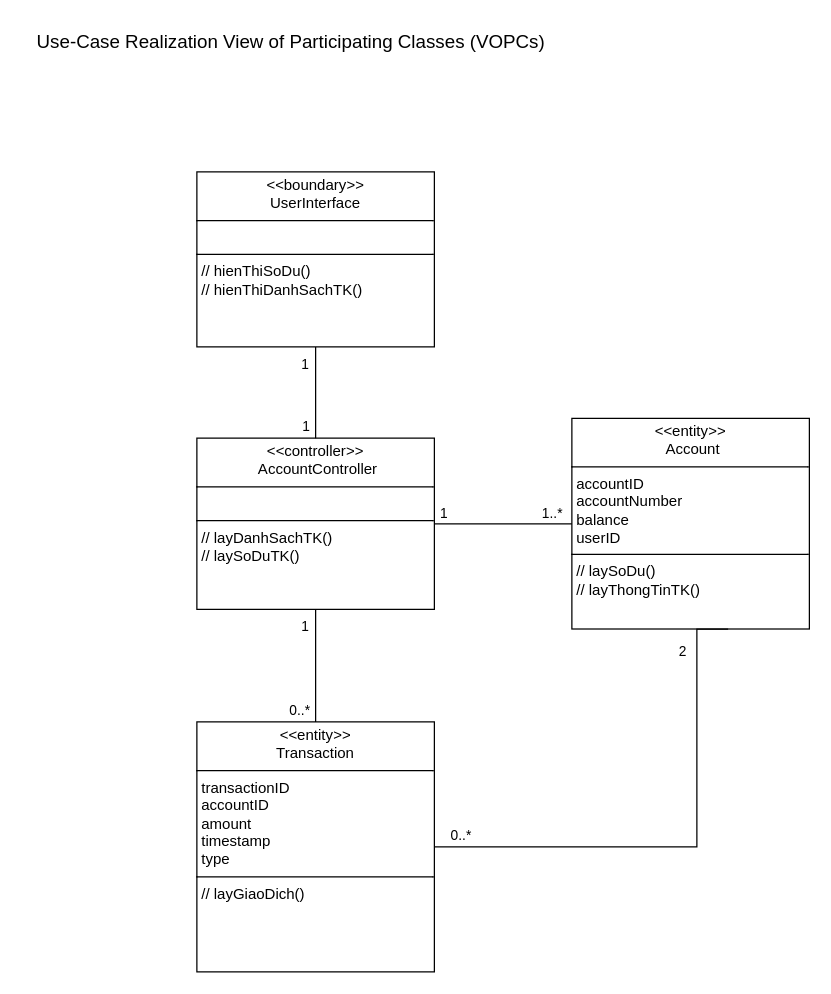
Above: page "VOPCs" (3 of 4) of uml/BHDG_Usecase_4_0.0.1.drawio in HoangDucBach/bghc (draw.io), before the change. Source tidied: cells renumbered, new cells numbered last; positions are measured from the earlier drawing's top-left corner, leaving out a move shared by most shapes. Both pictures are drawn from the tidied source at 125%, with x=0, y=0 at pixel (21, 21).
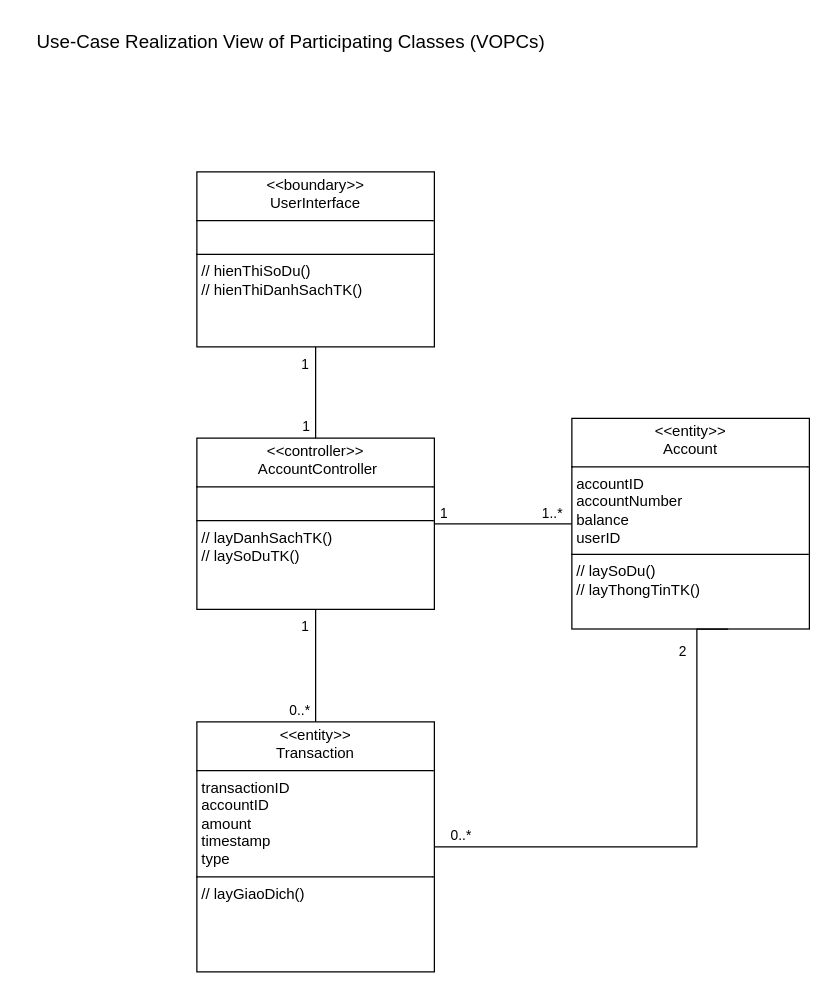
The same page after the edit.

What changed in the source:
```diff
@@
-    <mxCell id="3" value="&lt;p style=&quot;margin: 4px 0px 0px; text-align: center;&quot;&gt;&lt;i&gt;&amp;lt;&amp;lt;&lt;/i&gt;entity&lt;i&gt;&amp;gt;&amp;gt;&lt;/i&gt;&lt;br&gt;&lt;/p&gt;&lt;p style=&quot;text-align: center; margin: 0px 0px 0px 4px;&quot;&gt;&lt;span style=&quot;background-color: transparent;&quot;&gt;Account&lt;/span&gt;&lt;/p&gt;&lt;hr size=&quot;1&quot; style=&quot;border-style:solid;&quot;&gt;&lt;p style=&quot;margin:0px;margin-left:4px;&quot;&gt;accountID&lt;/p&gt;&lt;p style=&quot;margin:0px;margin-left:4px;&quot;&gt;accountNumber&lt;/p&gt;&lt;p style=&quot;margin:0px;margin-left:4px;&quot;&gt;balance&lt;/p&gt;&lt;p style=&quot;margin:0px;margin-left:4px;&quot;&gt;userID&lt;/p&gt;&lt;hr size=&quot;1&quot; style=&quot;border-style:solid;&quot;&gt;&lt;p style=&quot;margin:0px;margin-left:4px;&quot;&gt;// laySoDu()&lt;/p&gt;&lt;p style=&quot;margin:0px;margin-left:4px;&quot;&gt;// layThongTinTK()&lt;/p&gt;" style="verticalAlign=top;align=left;overflow=fill;html=1;whiteSpace=wrap;" parent="1" vertex="1">
+    <mxCell id="3" value="&lt;p style=&quot;margin: 4px 0px 0px; text-align: center;&quot;&gt;&lt;i&gt;&amp;lt;&amp;lt;&lt;/i&gt;entity&lt;i&gt;&amp;gt;&amp;gt;&lt;br&gt;&lt;/i&gt;&lt;span style=&quot;background-color: transparent;&quot;&gt;Account&lt;/span&gt;&lt;/p&gt;&lt;hr size=&quot;1&quot; style=&quot;border-style:solid;&quot;&gt;&lt;p style=&quot;margin:0px;margin-left:4px;&quot;&gt;accountID&lt;/p&gt;&lt;p style=&quot;margin:0px;margin-left:4px;&quot;&gt;accountNumber&lt;/p&gt;&lt;p style=&quot;margin:0px;margin-left:4px;&quot;&gt;balance&lt;/p&gt;&lt;p style=&quot;margin:0px;margin-left:4px;&quot;&gt;userID&lt;/p&gt;&lt;hr size=&quot;1&quot; style=&quot;border-style:solid;&quot;&gt;&lt;p style=&quot;margin:0px;margin-left:4px;&quot;&gt;// laySoDu()&lt;/p&gt;&lt;p style=&quot;margin:0px;margin-left:4px;&quot;&gt;// layThongTinTK()&lt;/p&gt;" style="verticalAlign=top;align=left;overflow=fill;html=1;whiteSpace=wrap;" parent="1" vertex="1">
       <mxGeometry x="440" y="317.2" width="190" height="168.5" as="geometry" />
     </mxCell>
```
